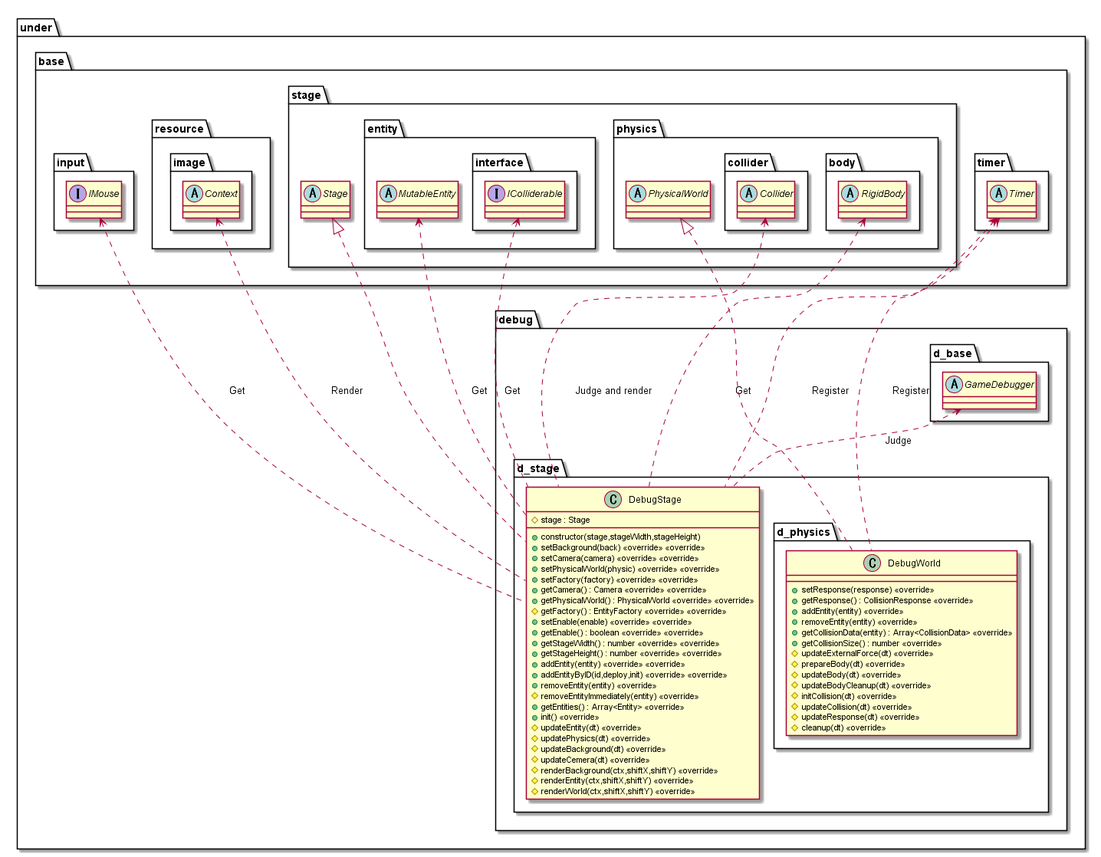
The PlantUML diagram out/uml/debug/Stage/DebugStage.png in Expine/Under, before a commit.
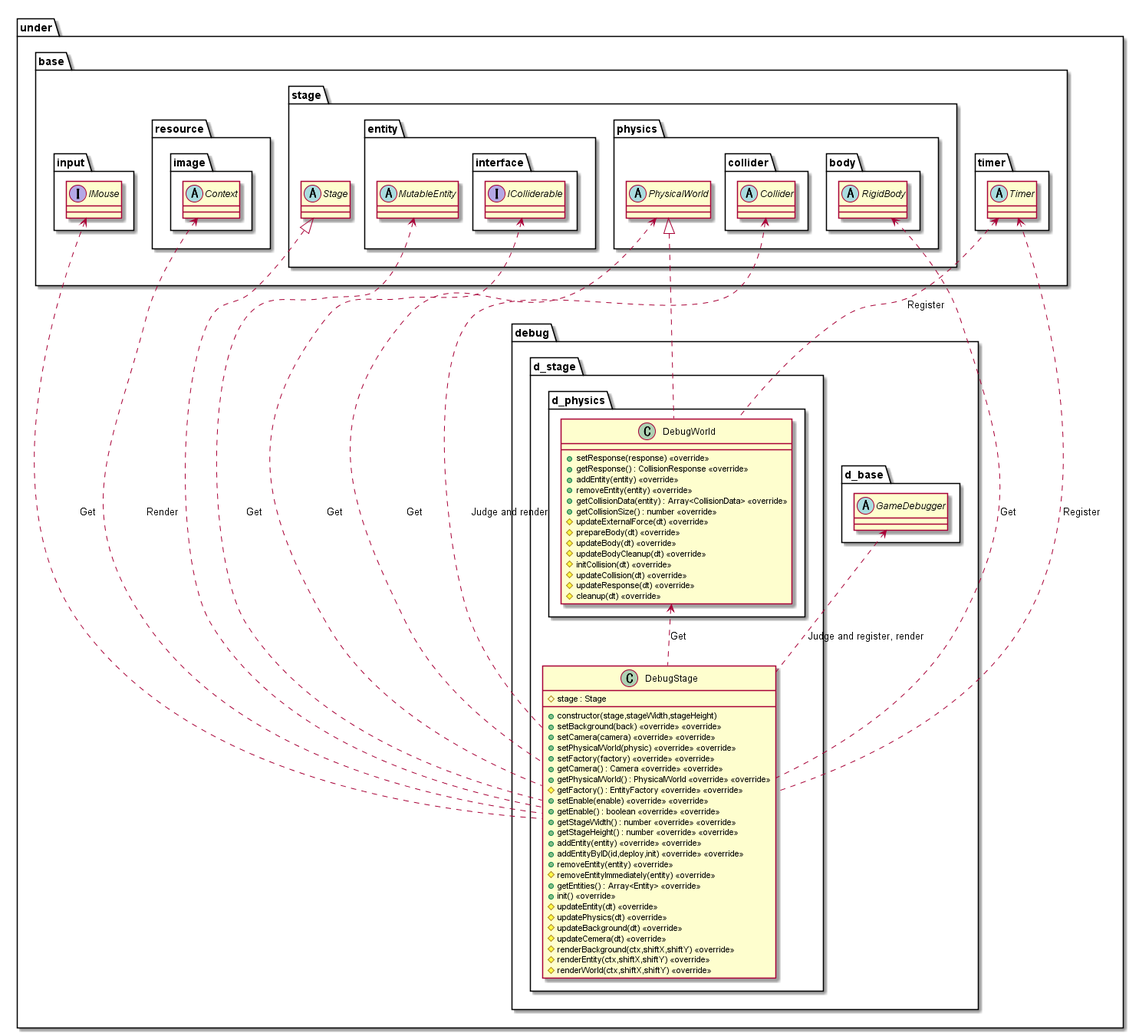
The same file after the commit.

What changed in the source:
```diff
@@ -93,13 +93,15 @@
 }
 
 Timer <... DebugStage : Register
-GameDebugger <.. DebugStage : Judge
+GameDebugger <.. DebugStage : Judge and register, render
 IMouse <... DebugStage : Get
 MutableEntity <... DebugStage : Get
 Collider <... DebugStage : Judge and render
 IColliderable <... DebugStage : Get
 RigidBody <... DebugStage : Get
 Context <... DebugStage : Render
+PhysicalWorld <.. DebugStage : Get
+DebugWorld <.. DebugStage : Get
 
 Timer <.. DebugWorld : Register
 
```
